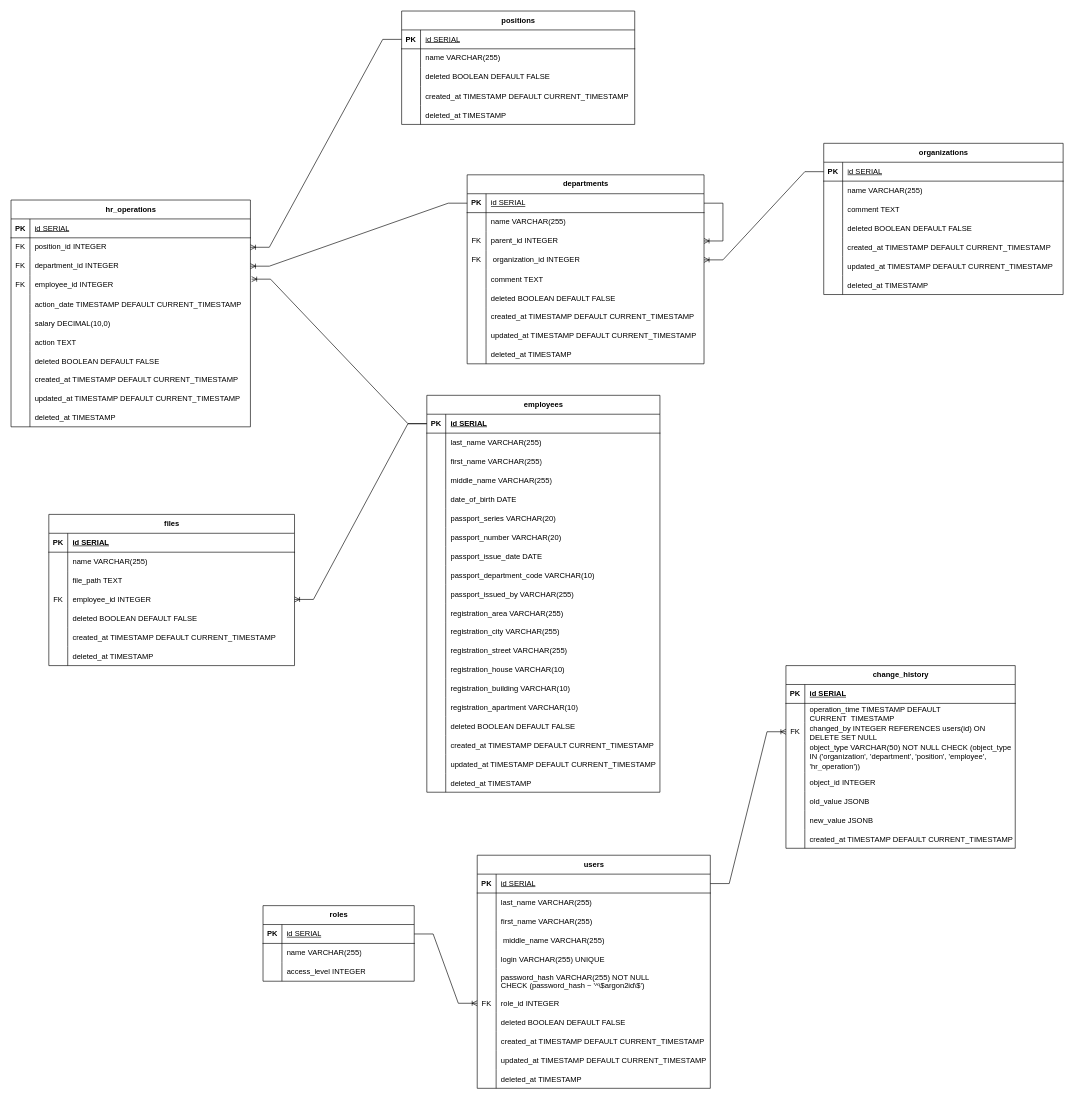
Above: docs/DB.drawio in NekitBST/areal-hr-test-2025 (draw.io), before the change. Source tidied: cells renumbered, new cells numbered last; positions are measured from the earlier drawing's top-left corner, leaving out a move shared by most shapes. Both pictures are drawn from the tidied source at 63%, with x=0, y=0 at pixel (11, 11).
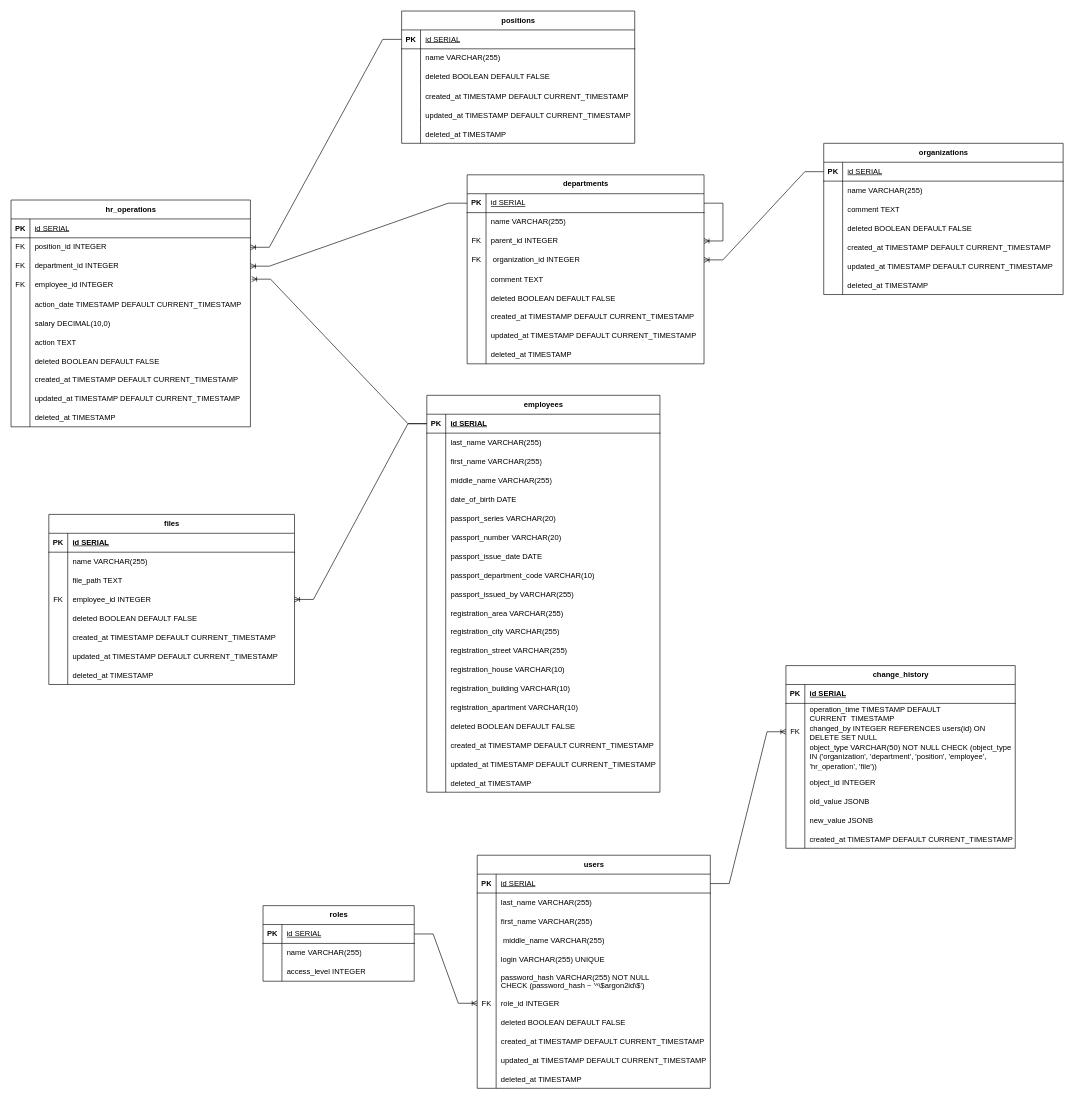
The same page after the edit.

Commit message:
fixing the database schema

The change refers to these unchanged cells:
```xml
<mxCell id="211" style="shape=tableRow;horizontal=0;startSize=0;swimlaneHead=0;swimlaneBody=0;fillColor=none;top=0;left=0;right=0;bottom=0;" parent="201" vertex="1">
  <mxGeometry y="120" width="364" height="50" as="geometry" />
</mxCell>
```

Change to the diagram source:
```diff
@@
     <mxCell id="54" value="positions" style="shape=table;startSize=30;childLayout=tableLayout;rowLines=0;fontStyle=1;align=center;html=1;" parent="1" vertex="1">
-      <mxGeometry x="620" width="370" height="180" as="geometry" />
+      <mxGeometry x="620" width="370" height="210" as="geometry" />
     </mxCell>
@@
+    <mxCell id="262" style="shape=tableRow;horizontal=0;startSize=0;swimlaneHead=0;swimlaneBody=0;fillColor=none;top=0;left=0;right=0;bottom=0;" parent="54" vertex="1">
+      <mxGeometry y="150" width="370" height="30" as="geometry" />
+    </mxCell>
+    <mxCell id="263" style="shape=partialRectangle;fillColor=none;top=0;left=0;bottom=0;right=0;overflow=hidden;" parent="262" vertex="1">
+      <mxGeometry width="30" height="30" as="geometry" />
+    </mxCell>
+    <mxCell id="264" value="updated_at TIMESTAMP DEFAULT CURRENT_TIMESTAMP" style="shape=partialRectangle;fillColor=none;top=0;left=0;bottom=0;right=0;align=left;spacingLeft=6;overflow=hidden;" parent="262" vertex="1">
+      <mxGeometry x="30" width="340" height="30" as="geometry" />
+    </mxCell>
     <mxCell id="67" style="shape=tableRow;horizontal=0;startSize=0;swimlaneHead=0;swimlaneBody=0;fillColor=none;top=0;left=0;right=0;bottom=0;" parent="54" vertex="1">
-      <mxGeometry y="150" width="370" height="30" as="geometry" />
+      <mxGeometry y="180" width="370" height="30" as="geometry" />
     </mxCell>
@@
     <mxCell id="178" value="files" style="shape=table;startSize=30;childLayout=tableLayout;rowLines=0;fontStyle=1;align=center;html=1;" parent="1" vertex="1">
-      <mxGeometry x="60" y="799" width="390" height="240" as="geometry" />
+      <mxGeometry x="60" y="799" width="390" height="270" as="geometry" />
     </mxCell>
@@
+    <mxCell id="265" style="shape=tableRow;horizontal=0;startSize=0;swimlaneHead=0;swimlaneBody=0;fillColor=none;top=0;left=0;right=0;bottom=0;" parent="178" vertex="1">
+      <mxGeometry y="210" width="390" height="30" as="geometry" />
+    </mxCell>
+    <mxCell id="266" style="shape=partialRectangle;fillColor=none;top=0;left=0;bottom=0;right=0;overflow=hidden;" parent="265" vertex="1">
+      <mxGeometry width="30" height="30" as="geometry" />
+    </mxCell>
+    <mxCell id="267" value="updated_at TIMESTAMP DEFAULT CURRENT_TIMESTAMP" style="shape=partialRectangle;fillColor=none;top=0;left=0;bottom=0;right=0;align=left;spacingLeft=6;overflow=hidden;" parent="265" vertex="1">
+      <mxGeometry x="30" width="360" height="30" as="geometry" />
+    </mxCell>
     <mxCell id="197" style="shape=tableRow;horizontal=0;startSize=0;swimlaneHead=0;swimlaneBody=0;fillColor=none;top=0;left=0;right=0;bottom=0;" parent="178" vertex="1">
-      <mxGeometry y="210" width="390" height="30" as="geometry" />
+      <mxGeometry y="240" width="390" height="30" as="geometry" />
     </mxCell>
@@
-    <mxCell id="213" value="object_type VARCHAR(50) NOT NULL CHECK (object_type IN ('organization', 'department', 'position', 'employee', 'hr_operation'))" style="shape=partialRectangle;fillColor=none;top=0;left=0;bottom=0;right=0;align=left;spacingLeft=6;overflow=hidden;whiteSpace=wrap;html=1;" parent="211" vertex="1">
+    <mxCell id="213" value="object_type VARCHAR(50) NOT NULL CHECK (object_type IN ('organization', 'department', 'position', 'employee', 'hr_operation', 'file'))" style="shape=partialRectangle;fillColor=none;top=0;left=0;bottom=0;right=0;align=left;spacingLeft=6;overflow=hidden;whiteSpace=wrap;html=1;" parent="211" vertex="1">
       <mxGeometry x="30" width="334" height="50" as="geometry" />
     </mxCell>
```
